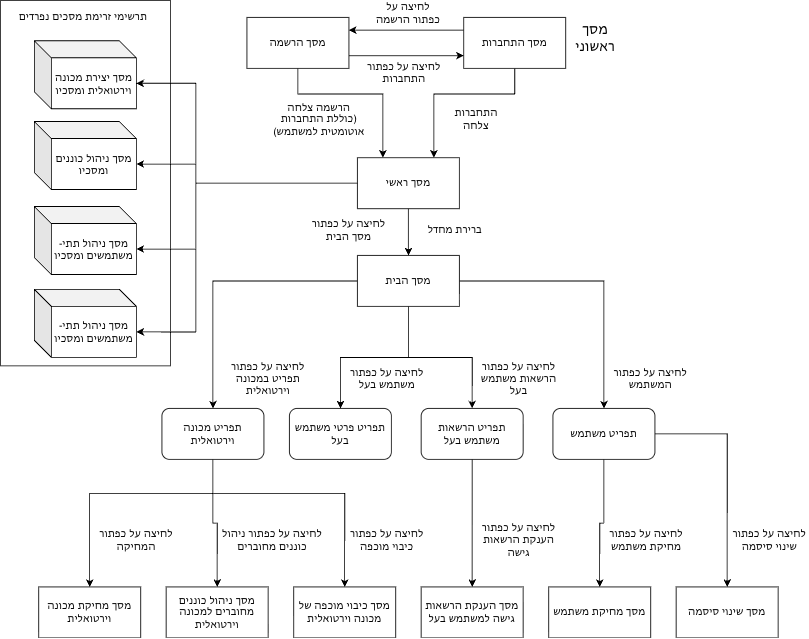
This is Documentation/Diagrams/ScreenFlow/HomePage.drawio.png from rdex999/VM-Nexus, a draw.io export, as it was before one commit. Source tidied: cells renumbered, new cells last; positions are measured from the earlier drawing's top-left corner, leaving out a move shared by most shapes. Its diagram source:
```xml
<mxGraphModel>
  <root>
    <mxCell id="0" />
    <mxCell id="1" parent="0" />
    <mxCell id="2" style="edgeStyle=orthogonalEdgeStyle;rounded=0;jettySize=auto;html=1;exitX=0;exitY=0.25;exitDx=0;exitDy=0;entryX=1;entryY=0.25;entryDx=0;entryDy=0;" parent="1" edge="1" source="4" target="7">
      <mxGeometry relative="1" as="geometry" />
    </mxCell>
    <mxCell id="3" style="edgeStyle=orthogonalEdgeStyle;rounded=0;jettySize=auto;html=1;entryX=0.75;entryY=0;entryDx=0;entryDy=0;" parent="1" edge="1" source="4" target="10">
      <mxGeometry relative="1" as="geometry">
        <Array as="points">
          <mxPoint x="605" y="110" />
          <mxPoint x="510" y="110" />
        </Array>
      </mxGeometry>
    </mxCell>
    <mxCell id="4" value="מסך התחברות" style="rounded=0;whiteSpace=wrap;html=1;" parent="1" vertex="1">
      <mxGeometry x="545" y="20" width="120" height="60" as="geometry" />
    </mxCell>
    <mxCell id="5" style="edgeStyle=orthogonalEdgeStyle;rounded=0;jettySize=auto;html=1;exitX=1;exitY=0.75;exitDx=0;exitDy=0;entryX=0;entryY=0.75;entryDx=0;entryDy=0;" parent="1" edge="1" source="7" target="4">
      <mxGeometry relative="1" as="geometry" />
    </mxCell>
    <mxCell id="6" style="edgeStyle=orthogonalEdgeStyle;rounded=0;jettySize=auto;html=1;entryX=0.25;entryY=0;entryDx=0;entryDy=0;" parent="1" edge="1" source="7" target="10">
      <mxGeometry relative="1" as="geometry">
        <Array as="points">
          <mxPoint x="350" y="110" />
          <mxPoint x="450" y="110" />
        </Array>
      </mxGeometry>
    </mxCell>
    <mxCell id="7" value="מסך הרשמה" style="rounded=0;whiteSpace=wrap;html=1;" parent="1" vertex="1">
      <mxGeometry x="290" y="20" width="120" height="60" as="geometry" />
    </mxCell>
    <mxCell id="8" value="&lt;font style=&quot;font-size: 16px;&quot;&gt;מסך ראשוני&lt;/font&gt;" style="text;html=1;whiteSpace=wrap;strokeColor=none;fillColor=none;align=center;verticalAlign=middle;rounded=0;" parent="1" vertex="1">
      <mxGeometry x="670" y="30" width="60" height="30" as="geometry" />
    </mxCell>
    <mxCell id="9" style="edgeStyle=orthogonalEdgeStyle;rounded=0;jettySize=auto;html=1;entryX=0.5;entryY=0;entryDx=0;entryDy=0;" parent="1" edge="1" source="10" target="17">
      <mxGeometry relative="1" as="geometry" />
    </mxCell>
    <mxCell id="10" value="מסך ראשי" style="rounded=0;whiteSpace=wrap;html=1;" parent="1" vertex="1">
      <mxGeometry x="420" y="185" width="120" height="60" as="geometry" />
    </mxCell>
    <mxCell id="11" value="התחברות צלחה" style="text;html=1;whiteSpace=wrap;strokeColor=none;fillColor=none;align=center;verticalAlign=middle;rounded=0;" parent="1" vertex="1">
      <mxGeometry x="530" y="125" width="60" height="30" as="geometry" />
    </mxCell>
    <mxCell id="12" value="הרשמה צלחה (כוללת התחברות אוטומטית למשתמש)" style="text;html=1;whiteSpace=wrap;strokeColor=none;fillColor=none;align=center;verticalAlign=middle;rounded=0;" parent="1" vertex="1">
      <mxGeometry x="320" y="125" width="110" height="30" as="geometry" />
    </mxCell>
    <mxCell id="13" style="edgeStyle=orthogonalEdgeStyle;rounded=0;jettySize=auto;html=1;entryX=0.5;entryY=0;entryDx=0;entryDy=0;" parent="1" edge="1" source="17" target="25">
      <mxGeometry relative="1" as="geometry" />
    </mxCell>
    <mxCell id="14" style="edgeStyle=orthogonalEdgeStyle;rounded=0;jettySize=auto;html=1;" parent="1" edge="1" source="17" target="23">
      <mxGeometry relative="1" as="geometry" />
    </mxCell>
    <mxCell id="15" style="edgeStyle=orthogonalEdgeStyle;rounded=0;jettySize=auto;html=1;entryX=0.5;entryY=0;entryDx=0;entryDy=0;" parent="1" edge="1" source="17" target="26">
      <mxGeometry relative="1" as="geometry" />
    </mxCell>
    <mxCell id="16" style="edgeStyle=orthogonalEdgeStyle;rounded=0;jettySize=auto;html=1;entryX=0.5;entryY=0;entryDx=0;entryDy=0;" parent="1" edge="1" source="17" target="33">
      <mxGeometry relative="1" as="geometry" />
    </mxCell>
    <mxCell id="17" value="מסך הבית" style="rounded=0;whiteSpace=wrap;html=1;" parent="1" vertex="1">
      <mxGeometry x="420" y="300" width="120" height="60" as="geometry" />
    </mxCell>
    <mxCell id="18" value="ברירת מחדל" style="text;html=1;whiteSpace=wrap;strokeColor=none;fillColor=none;align=center;verticalAlign=middle;rounded=0;" parent="1" vertex="1">
      <mxGeometry x="500" y="255" width="70" height="30" as="geometry" />
    </mxCell>
    <mxCell id="19" value="לחיצה על כפתור הרשמה" style="text;html=1;whiteSpace=wrap;strokeColor=none;fillColor=none;align=center;verticalAlign=middle;rounded=0;" parent="1" vertex="1">
      <mxGeometry x="440" width="80" height="30" as="geometry" />
    </mxCell>
    <mxCell id="20" value="לחיצה על כפתור התחברות" style="text;html=1;whiteSpace=wrap;strokeColor=none;fillColor=none;align=center;verticalAlign=middle;rounded=0;" parent="1" vertex="1">
      <mxGeometry x="430" y="70" width="90" height="30" as="geometry" />
    </mxCell>
    <mxCell id="21" style="edgeStyle=orthogonalEdgeStyle;rounded=0;jettySize=auto;html=1;entryX=0.5;entryY=0;entryDx=0;entryDy=0;" parent="1" edge="1" source="23" target="34">
      <mxGeometry relative="1" as="geometry" />
    </mxCell>
    <mxCell id="22" style="edgeStyle=orthogonalEdgeStyle;rounded=0;jettySize=auto;html=1;entryX=0.5;entryY=0;entryDx=0;entryDy=0;" parent="1" edge="1" source="23" target="35">
      <mxGeometry relative="1" as="geometry" />
    </mxCell>
    <mxCell id="23" value="תפריט משתמש" style="rounded=1;whiteSpace=wrap;html=1;" parent="1" vertex="1">
      <mxGeometry x="650" y="480" width="120" height="60" as="geometry" />
    </mxCell>
    <mxCell id="24" style="edgeStyle=orthogonalEdgeStyle;rounded=0;jettySize=auto;html=1;entryX=0.5;entryY=0;entryDx=0;entryDy=0;jumpStyle=arc;" parent="1" edge="1" source="25" target="36">
      <mxGeometry relative="1" as="geometry">
        <Array as="points">
          <mxPoint x="555" y="550" />
          <mxPoint x="555" y="550" />
        </Array>
      </mxGeometry>
    </mxCell>
    <mxCell id="25" value="תפריט הרשאות משתמש בעל" style="rounded=1;whiteSpace=wrap;html=1;" parent="1" vertex="1">
      <mxGeometry x="495" y="480" width="120" height="60" as="geometry" />
    </mxCell>
    <mxCell id="26" value="תפריט פרטי משתמש בעל" style="rounded=1;whiteSpace=wrap;html=1;" parent="1" vertex="1">
      <mxGeometry x="340" y="480" width="120" height="60" as="geometry" />
    </mxCell>
    <mxCell id="27" value="לחיצה על כפתור המשתמש" style="text;html=1;whiteSpace=wrap;strokeColor=none;fillColor=none;align=center;verticalAlign=middle;rounded=0;" parent="1" vertex="1">
      <mxGeometry x="720" y="430" width="90" height="30" as="geometry" />
    </mxCell>
    <mxCell id="28" value="לחיצה על כפתור משתמש בעל" style="text;html=1;whiteSpace=wrap;strokeColor=none;fillColor=none;align=center;verticalAlign=middle;rounded=0;" parent="1" vertex="1">
      <mxGeometry x="410" y="430" width="90" height="30" as="geometry" />
    </mxCell>
    <mxCell id="29" value="לחיצה על כפתור הרשאות משתמש בעל" style="text;html=1;whiteSpace=wrap;strokeColor=none;fillColor=none;align=center;verticalAlign=middle;rounded=0;" parent="1" vertex="1">
      <mxGeometry x="560" y="430" width="100" height="30" as="geometry" />
    </mxCell>
    <mxCell id="30" style="edgeStyle=orthogonalEdgeStyle;rounded=0;jettySize=auto;html=1;entryX=0.5;entryY=0;entryDx=0;entryDy=0;" parent="1" edge="1" source="33" target="37">
      <mxGeometry relative="1" as="geometry">
        <Array as="points">
          <mxPoint x="250" y="580" />
          <mxPoint x="405" y="580" />
        </Array>
      </mxGeometry>
    </mxCell>
    <mxCell id="31" style="edgeStyle=orthogonalEdgeStyle;rounded=0;jettySize=auto;html=1;entryX=0.5;entryY=0;entryDx=0;entryDy=0;" parent="1" edge="1" source="33" target="38">
      <mxGeometry relative="1" as="geometry" />
    </mxCell>
    <mxCell id="32" style="edgeStyle=orthogonalEdgeStyle;rounded=0;jettySize=auto;html=1;entryX=0.5;entryY=0;entryDx=0;entryDy=0;" parent="1" edge="1" source="33" target="39">
      <mxGeometry relative="1" as="geometry">
        <Array as="points">
          <mxPoint x="250" y="580" />
          <mxPoint x="105" y="580" />
        </Array>
      </mxGeometry>
    </mxCell>
    <mxCell id="33" value="תפריט מכונה וירטואלית" style="rounded=1;whiteSpace=wrap;html=1;" parent="1" vertex="1">
      <mxGeometry x="190" y="480" width="120" height="60" as="geometry" />
    </mxCell>
    <mxCell id="34" value="מסך שינוי סיסמה" style="rounded=0;whiteSpace=wrap;html=1;" parent="1" vertex="1">
      <mxGeometry x="795" y="690" width="120" height="60" as="geometry" />
    </mxCell>
    <mxCell id="35" value="מסך מחיקת משתמש" style="rounded=0;whiteSpace=wrap;html=1;" parent="1" vertex="1">
      <mxGeometry x="645" y="690" width="120" height="60" as="geometry" />
    </mxCell>
    <mxCell id="36" value="מסך הענקת הרשאות גישה למשתמש בעל" style="rounded=0;whiteSpace=wrap;html=1;" parent="1" vertex="1">
      <mxGeometry x="495" y="690" width="120" height="60" as="geometry" />
    </mxCell>
    <mxCell id="37" value="מסך כיבוי מוכפה של מכונה וירטואלית" style="rounded=0;whiteSpace=wrap;html=1;" parent="1" vertex="1">
      <mxGeometry x="345" y="690" width="120" height="60" as="geometry" />
    </mxCell>
    <mxCell id="38" value="מסך ניהול כוננים מחוברים למכונה וירטואלית" style="rounded=0;whiteSpace=wrap;html=1;" parent="1" vertex="1">
      <mxGeometry x="195" y="690" width="120" height="60" as="geometry" />
    </mxCell>
    <mxCell id="39" value="מסך מחיקת מכונה וירטואלית" style="rounded=0;whiteSpace=wrap;html=1;" parent="1" vertex="1">
      <mxGeometry x="45" y="690" width="120" height="60" as="geometry" />
    </mxCell>
    <mxCell id="40" value="לחיצה על כפתור תפריט במכונה וירטואלית" style="text;html=1;whiteSpace=wrap;strokeColor=none;fillColor=none;align=center;verticalAlign=middle;rounded=0;" parent="1" vertex="1">
      <mxGeometry x="260" y="430" width="110" height="30" as="geometry" />
    </mxCell>
    <mxCell id="41" value="לחיצה על כפתור שינוי סיסמה" style="text;html=1;whiteSpace=wrap;strokeColor=none;fillColor=none;align=center;verticalAlign=middle;rounded=0;" parent="1" vertex="1">
      <mxGeometry x="860" y="620" width="90" height="30" as="geometry" />
    </mxCell>
    <mxCell id="42" value="לחיצה על כפתור מחיקת משתמש" style="text;html=1;whiteSpace=wrap;strokeColor=none;fillColor=none;align=center;verticalAlign=middle;rounded=0;" parent="1" vertex="1">
      <mxGeometry x="710" y="620" width="100" height="30" as="geometry" />
    </mxCell>
    <mxCell id="43" value="לחיצה על כפתור הענקת הרשאות גישה" style="text;html=1;whiteSpace=wrap;strokeColor=none;fillColor=none;align=center;verticalAlign=middle;rounded=0;" parent="1" vertex="1">
      <mxGeometry x="555" y="620" width="110" height="30" as="geometry" />
    </mxCell>
    <mxCell id="44" value="לחיצה על כפתור כיבוי מוכפה" style="text;html=1;whiteSpace=wrap;strokeColor=none;fillColor=none;align=center;verticalAlign=middle;rounded=0;" parent="1" vertex="1">
      <mxGeometry x="410" y="620" width="90" height="30" as="geometry" />
    </mxCell>
    <mxCell id="45" value="לחיצה על כפתור ניהול כוננים מחוברים" style="text;html=1;whiteSpace=wrap;strokeColor=none;fillColor=none;align=center;verticalAlign=middle;rounded=0;" parent="1" vertex="1">
      <mxGeometry x="260" y="620" width="120" height="30" as="geometry" />
    </mxCell>
    <mxCell id="46" value="לחיצה על כפתור המחיקה" style="text;html=1;whiteSpace=wrap;strokeColor=none;fillColor=none;align=center;verticalAlign=middle;rounded=0;" parent="1" vertex="1">
      <mxGeometry x="110" y="620" width="100" height="30" as="geometry" />
    </mxCell>
    <mxCell id="47" value="לחיצה על כפתור מסך הבית" style="text;html=1;whiteSpace=wrap;strokeColor=none;fillColor=none;align=center;verticalAlign=middle;rounded=0;" parent="1" vertex="1">
      <mxGeometry x="360" y="255" width="100" height="30" as="geometry" />
    </mxCell>
    <mxCell id="48" style="swimlane;startSize=0;" parent="1" vertex="1">
      <mxGeometry width="200" height="430" as="geometry" />
    </mxCell>
    <mxCell id="49" value="תרשימי זרימת מסכים נפרדים" style="text;html=1;whiteSpace=wrap;strokeColor=none;fillColor=none;align=center;verticalAlign=middle;rounded=0;" parent="48" vertex="1">
      <mxGeometry x="20" y="5" width="155" height="30" as="geometry" />
    </mxCell>
    <mxCell id="50" value="מסך יצירת מכונה וירטואלית ומסכיו" style="shape=cube;whiteSpace=wrap;html=1;boundedLbl=1;backgroundOutline=1;darkOpacity=0.05;darkOpacity2=0.1;" parent="48" vertex="1">
      <mxGeometry x="40" y="47.5" width="120" height="80" as="geometry" />
    </mxCell>
    <mxCell id="51" value="מסך ניהול כוננים ומסכיו" style="shape=cube;whiteSpace=wrap;html=1;boundedLbl=1;backgroundOutline=1;darkOpacity=0.05;darkOpacity2=0.1;" parent="48" vertex="1">
      <mxGeometry x="40" y="142.5" width="120" height="80" as="geometry" />
    </mxCell>
    <mxCell id="52" value="מסך ניהול תתי-משתמשים ומסכיו" style="shape=cube;whiteSpace=wrap;html=1;boundedLbl=1;backgroundOutline=1;darkOpacity=0.05;darkOpacity2=0.1;" parent="48" vertex="1">
      <mxGeometry x="40" y="242.5" width="120" height="80" as="geometry" />
    </mxCell>
    <mxCell id="53" value="מסך ניהול תתי-משתמשים ומסכיו" style="shape=cube;whiteSpace=wrap;html=1;boundedLbl=1;backgroundOutline=1;darkOpacity=0.05;darkOpacity2=0.1;" parent="48" vertex="1">
      <mxGeometry x="40" y="340" width="120" height="80" as="geometry" />
    </mxCell>
    <mxCell id="54" style="edgeStyle=orthogonalEdgeStyle;rounded=0;jettySize=auto;html=1;entryX=0;entryY=0;entryDx=120;entryDy=50;entryPerimeter=0;" parent="1" edge="1" source="10" target="50">
      <mxGeometry relative="1" as="geometry">
        <Array as="points">
          <mxPoint x="230" y="215" />
          <mxPoint x="230" y="97" />
        </Array>
      </mxGeometry>
    </mxCell>
    <mxCell id="55" style="edgeStyle=orthogonalEdgeStyle;rounded=0;jettySize=auto;html=1;entryX=0;entryY=0;entryDx=120;entryDy=50;entryPerimeter=0;" parent="1" edge="1" source="10" target="51">
      <mxGeometry relative="1" as="geometry">
        <Array as="points">
          <mxPoint x="230" y="215" />
          <mxPoint x="230" y="193" />
        </Array>
      </mxGeometry>
    </mxCell>
    <mxCell id="56" style="edgeStyle=orthogonalEdgeStyle;rounded=0;jettySize=auto;html=1;entryX=0;entryY=0;entryDx=120;entryDy=50;entryPerimeter=0;" parent="1" edge="1" source="10" target="52">
      <mxGeometry relative="1" as="geometry">
        <Array as="points">
          <mxPoint x="230" y="215" />
          <mxPoint x="230" y="293" />
        </Array>
      </mxGeometry>
    </mxCell>
    <mxCell id="57" style="edgeStyle=orthogonalEdgeStyle;rounded=0;jettySize=auto;html=1;entryX=0;entryY=0;entryDx=120;entryDy=50;entryPerimeter=0;" parent="1" edge="1" source="10" target="53">
      <mxGeometry relative="1" as="geometry">
        <Array as="points">
          <mxPoint x="230" y="215" />
          <mxPoint x="230" y="390" />
        </Array>
      </mxGeometry>
    </mxCell>
  </root>
</mxGraphModel>
```
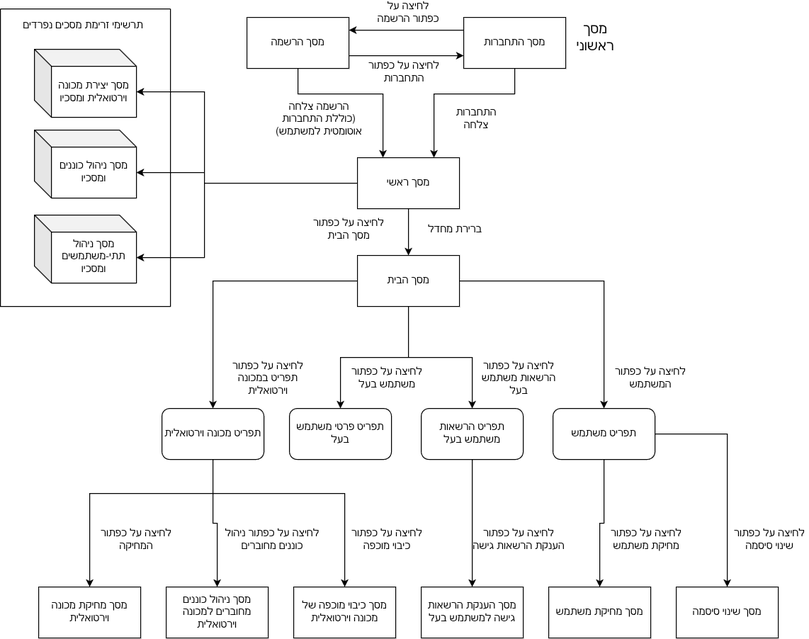
After the commit.

Commit message:
Added create VM page screen flow diagram, corrected home page screen flow diagram.

What changed in the source:
```diff
@@ -166,7 +166,7 @@
       <mxGeometry x="360" y="255" width="100" height="30" as="geometry" />
     </mxCell>
     <mxCell id="48" style="swimlane;startSize=0;" parent="1" vertex="1">
-      <mxGeometry width="200" height="430" as="geometry" />
+      <mxGeometry y="10" width="200" height="350" as="geometry" />
     </mxCell>
     <mxCell id="49" value="תרשימי זרימת מסכים נפרדים" style="text;html=1;whiteSpace=wrap;strokeColor=none;fillColor=none;align=center;verticalAlign=middle;rounded=0;" parent="48" vertex="1">
       <mxGeometry x="20" y="5" width="155" height="30" as="geometry" />
@@ -180,40 +180,29 @@
     <mxCell id="52" value="מסך ניהול תתי-משתמשים ומסכיו" style="shape=cube;whiteSpace=wrap;html=1;boundedLbl=1;backgroundOutline=1;darkOpacity=0.05;darkOpacity2=0.1;" parent="48" vertex="1">
       <mxGeometry x="40" y="242.5" width="120" height="80" as="geometry" />
     </mxCell>
-    <mxCell id="53" value="מסך ניהול תתי-משתמשים ומסכיו" style="shape=cube;whiteSpace=wrap;html=1;boundedLbl=1;backgroundOutline=1;darkOpacity=0.05;darkOpacity2=0.1;" parent="48" vertex="1">
-      <mxGeometry x="40" y="340" width="120" height="80" as="geometry" />
-    </mxCell>
+    <mxCell id="55" style="edgeStyle=orthogonalEdgeStyle;rounded=0;jettySize=auto;html=1;entryX=0;entryY=0;entryDx=120;entryDy=50;entryPerimeter=0;" parent="1" edge="1" source="10" target="51">
+      <mxGeometry relative="1" as="geometry">
+        <Array as="points">
+          <mxPoint x="240" y="215" />
+          <mxPoint x="240" y="203" />
+        </Array>
+      </mxGeometry>
+    </mxCell>
     <mxCell id="54" style="edgeStyle=orthogonalEdgeStyle;rounded=0;jettySize=auto;html=1;entryX=0;entryY=0;entryDx=120;entryDy=50;entryPerimeter=0;" parent="1" edge="1" source="10" target="50">
       <mxGeometry relative="1" as="geometry">
         <Array as="points">
-          <mxPoint x="230" y="215" />
-          <mxPoint x="230" y="97" />
+          <mxPoint x="240" y="215" />
+          <mxPoint x="240" y="108" />
         </Array>
       </mxGeometry>
     </mxCell>
-    <mxCell id="55" style="edgeStyle=orthogonalEdgeStyle;rounded=0;jettySize=auto;html=1;entryX=0;entryY=0;entryDx=120;entryDy=50;entryPerimeter=0;" parent="1" edge="1" source="10" target="51">
-      <mxGeometry relative="1" as="geometry">
-        <Array as="points">
-          <mxPoint x="230" y="215" />
-          <mxPoint x="230" y="193" />
-        </Array>
-      </mxGeometry>
-    </mxCell>
     <mxCell id="56" style="edgeStyle=orthogonalEdgeStyle;rounded=0;jettySize=auto;html=1;entryX=0;entryY=0;entryDx=120;entryDy=50;entryPerimeter=0;" parent="1" edge="1" source="10" target="52">
       <mxGeometry relative="1" as="geometry">
         <Array as="points">
-          <mxPoint x="230" y="215" />
-          <mxPoint x="230" y="293" />
+          <mxPoint x="240" y="215" />
+          <mxPoint x="240" y="303" />
         </Array>
       </mxGeometry>
     </mxCell>
-    <mxCell id="57" style="edgeStyle=orthogonalEdgeStyle;rounded=0;jettySize=auto;html=1;entryX=0;entryY=0;entryDx=120;entryDy=50;entryPerimeter=0;" parent="1" edge="1" source="10" target="53">
-      <mxGeometry relative="1" as="geometry">
-        <Array as="points">
-          <mxPoint x="230" y="215" />
-          <mxPoint x="230" y="390" />
-        </Array>
-      </mxGeometry>
-    </mxCell>
   </root>
 </mxGraphModel>
```
